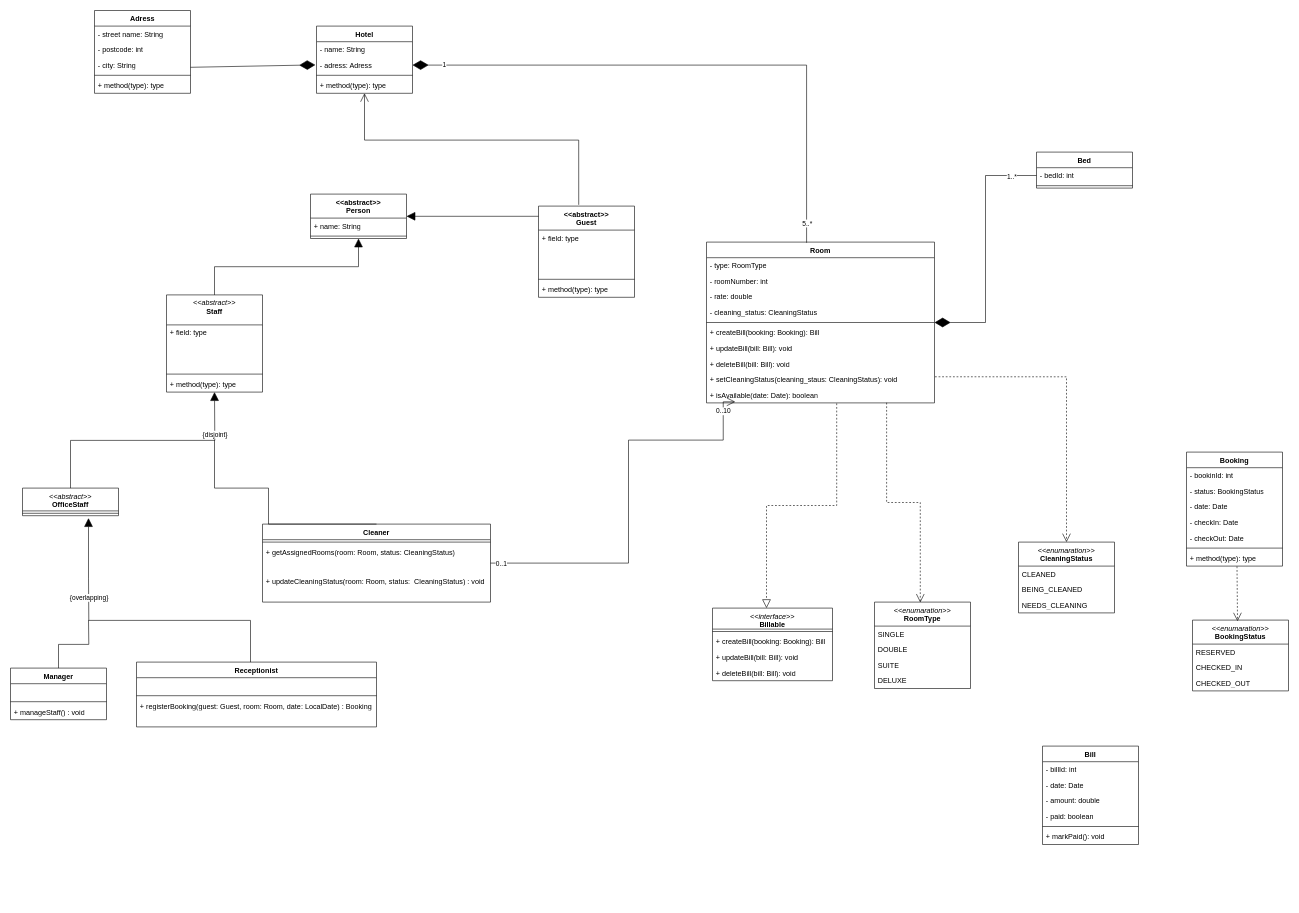
Above: SWEA_EXC4.drawio in Jordis6534/SWE_A (draw.io), before the change. Source tidied: cells renumbered, new cells numbered last; positions are measured from the earlier drawing's top-left corner, leaving out a move shared by most shapes. Both pictures are drawn from the tidied source at 60%, with x=0, y=0 at pixel (10, 10).
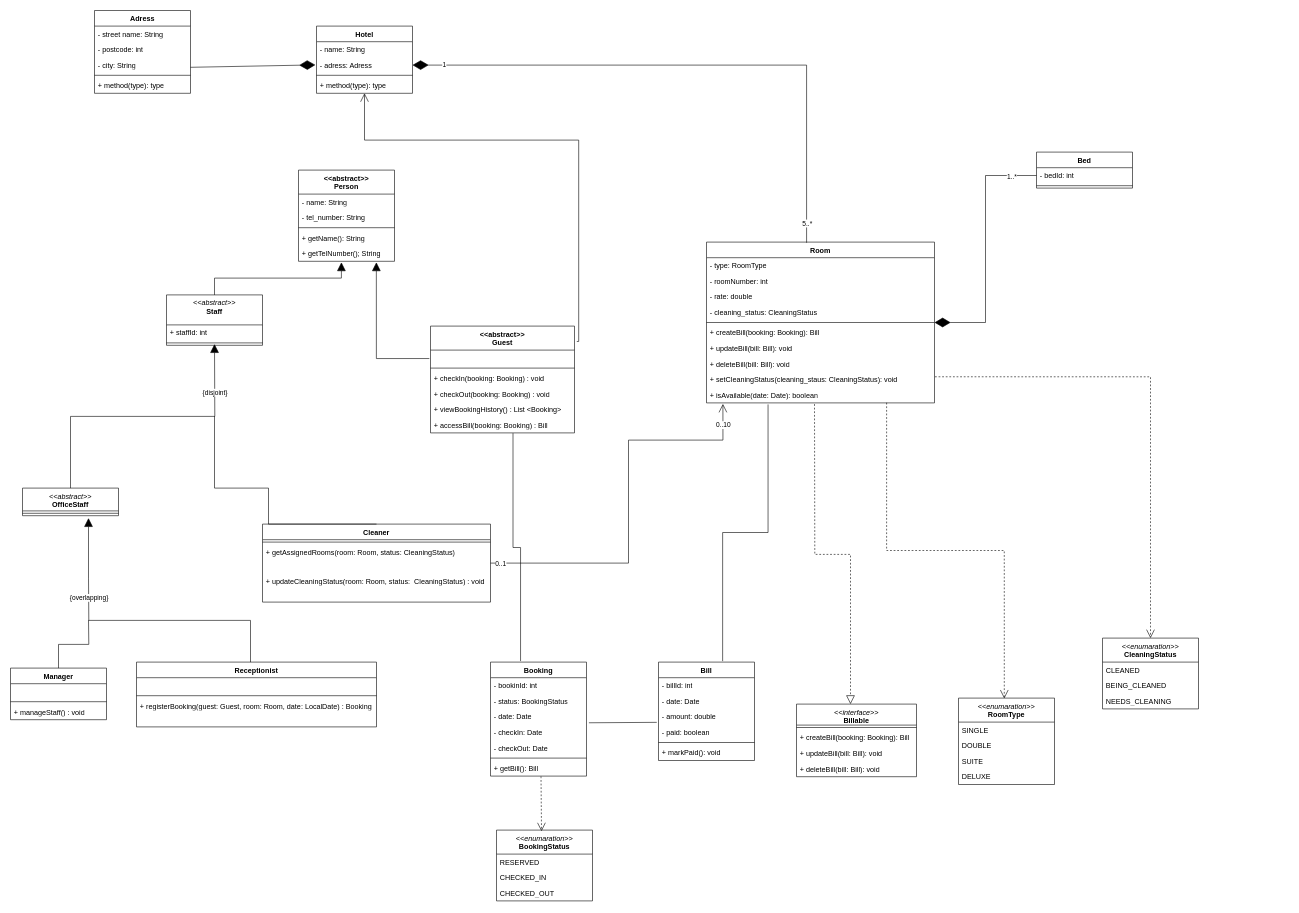
After the change.

The change refers to these unchanged cells:
```xml
<mxCell id="2" value="Hotel" style="swimlane;fontStyle=1;align=center;verticalAlign=top;horizontal=1;startSize=26;whiteSpace=wrap;html=1;" parent="1" vertex="1">
  <mxGeometry x="510" y="26" width="160" height="112" as="geometry" />
</mxCell>
<mxCell id="36" value="Cleaner&lt;div&gt;&lt;br&gt;&lt;/div&gt;" style="swimlane;fontStyle=1;align=center;verticalAlign=top;horizontal=1;startSize=26;whiteSpace=wrap;html=1;" parent="1" vertex="1">
  <mxGeometry x="420" y="856" width="380" height="130" as="geometry" />
</mxCell>
<mxCell id="50" value="+ isAvailable(date: Date): boolean" style="text;strokeColor=none;fillColor=none;align=left;verticalAlign=top;spacingLeft=4;spacingRight=4;overflow=hidden;points=[[0,0.5],[1,0.5]];portConstraint=eastwest;whiteSpace=wrap;html=1;" parent="40" vertex="1">
  <mxGeometry y="242" width="380" height="26" as="geometry" />
</mxCell>
<mxCell id="54" value="- amount: double" style="text;strokeColor=none;fillColor=none;align=left;verticalAlign=top;spacingLeft=4;spacingRight=4;overflow=hidden;points=[[0,0.5],[1,0.5]];portConstraint=eastwest;whiteSpace=wrap;html=1;" parent="51" vertex="1">
  <mxGeometry y="78" width="160" height="26" as="geometry" />
</mxCell>
<mxCell id="74" value="- date: Date" style="text;strokeColor=none;fillColor=none;align=left;verticalAlign=top;spacingLeft=4;spacingRight=4;overflow=hidden;points=[[0,0.5],[1,0.5]];portConstraint=eastwest;whiteSpace=wrap;html=1;" parent="71" vertex="1">
  <mxGeometry y="78" width="160" height="26" as="geometry" />
</mxCell>
<mxCell id="87" value="&lt;div&gt;&lt;div&gt;&lt;i style=&quot;font-weight: 400;&quot;&gt;&amp;lt;&amp;lt;abstract&amp;gt;&amp;gt;&lt;/i&gt;&lt;/div&gt;&lt;/div&gt;OfficeStaff&lt;div&gt;&lt;br&gt;&lt;/div&gt;" style="swimlane;fontStyle=1;align=center;verticalAlign=top;horizontal=1;startSize=38;whiteSpace=wrap;html=1;" parent="1" vertex="1">
  <mxGeometry x="20" y="796" width="160" height="46" as="geometry" />
</mxCell>
```

Change to the diagram source:
```diff
@@
-    <mxCell id="13" value="&lt;div&gt;&amp;lt;&amp;lt;abstract&amp;gt;&amp;gt;&lt;/div&gt;Person" style="swimlane;fontStyle=1;align=center;verticalAlign=top;horizontal=1;startSize=40;whiteSpace=wrap;html=1;" parent="1" vertex="1">
-      <mxGeometry x="500" y="306" width="160" height="74" as="geometry" />
-    </mxCell>
-    <mxCell id="14" value="+ name: String" style="text;strokeColor=none;fillColor=none;align=left;verticalAlign=top;spacingLeft=4;spacingRight=4;overflow=hidden;whiteSpace=wrap;html=1;" parent="13" vertex="1">
-      <mxGeometry y="40" width="160" height="26" as="geometry" />
-    </mxCell>
-    <mxCell id="15" style="line;strokeWidth=1;fillColor=none;align=left;verticalAlign=middle;spacingTop=-1;spacingLeft=3;spacingRight=3;labelPosition=right;points=[];portConstraint=eastwest;strokeColor=inherit;labelPerimeter=1;" parent="13" vertex="1">
-      <mxGeometry y="66" width="160" height="8" as="geometry" />
-    </mxCell>
     <mxCell id="16" value="&lt;div&gt;&lt;i style=&quot;font-weight: 400;&quot;&gt;&amp;lt;&amp;lt;abstract&amp;gt;&amp;gt;&lt;/i&gt;&lt;/div&gt;Staff" style="swimlane;fontStyle=1;align=center;verticalAlign=top;horizontal=1;startSize=50;whiteSpace=wrap;html=1;" parent="1" vertex="1">
-      <mxGeometry x="260" y="474" width="160" height="162" as="geometry" />
+      <mxGeometry x="260" y="474" width="160" height="84" as="geometry" />
     </mxCell>
-    <mxCell id="17" value="+ field: type" style="text;strokeColor=none;fillColor=none;align=left;verticalAlign=top;spacingLeft=4;spacingRight=4;overflow=hidden;whiteSpace=wrap;html=1;" parent="16" vertex="1">
+    <mxCell id="17" value="+ staffId: int" style="text;strokeColor=none;fillColor=none;align=left;verticalAlign=top;spacingLeft=4;spacingRight=4;overflow=hidden;whiteSpace=wrap;html=1;" parent="16" vertex="1">
       <mxGeometry y="50" width="160" height="26" as="geometry" />
     </mxCell>
-    <mxCell id="18" style="text;strokeColor=none;fillColor=none;align=left;verticalAlign=top;spacingLeft=4;spacingRight=4;overflow=hidden;whiteSpace=wrap;html=1;" parent="16" vertex="1">
-      <mxGeometry y="76" width="160" height="26" as="geometry" />
-    </mxCell>
-    <mxCell id="19" style="text;strokeColor=none;fillColor=none;align=left;verticalAlign=top;spacingLeft=4;spacingRight=4;overflow=hidden;whiteSpace=wrap;html=1;" parent="16" vertex="1">
-      <mxGeometry y="102" width="160" height="26" as="geometry" />
-    </mxCell>
     <mxCell id="20" style="line;strokeWidth=1;fillColor=none;align=left;verticalAlign=middle;spacingTop=-1;spacingLeft=3;spacingRight=3;labelPosition=right;strokeColor=inherit;labelPerimeter=1;" parent="16" vertex="1">
-      <mxGeometry y="128" width="160" height="8" as="geometry" />
+      <mxGeometry y="76" width="160" height="8" as="geometry" />
     </mxCell>
-    <mxCell id="21" value="+ method(type): type" style="text;strokeColor=none;fillColor=none;align=left;verticalAlign=top;spacingLeft=4;spacingRight=4;overflow=hidden;whiteSpace=wrap;html=1;" parent="16" vertex="1">
-      <mxGeometry y="136" width="160" height="26" as="geometry" />
-    </mxCell>
     <mxCell id="22" value="&lt;div&gt;&amp;lt;&amp;lt;abstract&amp;gt;&amp;gt;&lt;/div&gt;Guest" style="swimlane;fontStyle=1;align=center;verticalAlign=top;horizontal=1;startSize=40;whiteSpace=wrap;html=1;" parent="1" vertex="1">
-      <mxGeometry x="880" y="326" width="160" height="152" as="geometry" />
+      <mxGeometry x="700" y="526" width="240" height="178" as="geometry" />
     </mxCell>
-    <mxCell id="23" value="+ field: type" style="text;strokeColor=none;fillColor=none;align=left;verticalAlign=top;spacingLeft=4;spacingRight=4;overflow=hidden;whiteSpace=wrap;html=1;" parent="22" vertex="1">
-      <mxGeometry y="40" width="160" height="26" as="geometry" />
-    </mxCell>
-    <mxCell id="24" style="text;strokeColor=none;fillColor=none;align=left;verticalAlign=top;spacingLeft=4;spacingRight=4;overflow=hidden;whiteSpace=wrap;html=1;" parent="22" vertex="1">
-      <mxGeometry y="66" width="160" height="26" as="geometry" />
-    </mxCell>
     <mxCell id="25" style="text;strokeColor=none;fillColor=none;align=left;verticalAlign=top;spacingLeft=4;spacingRight=4;overflow=hidden;points=[[0,0.5],[1,0.5]];portConstraint=eastwest;whiteSpace=wrap;html=1;" parent="22" vertex="1">
-      <mxGeometry y="92" width="160" height="26" as="geometry" />
+      <mxGeometry y="40" width="240" height="26" as="geometry" />
     </mxCell>
     <mxCell id="26" style="line;strokeWidth=1;fillColor=none;align=left;verticalAlign=middle;spacingTop=-1;spacingLeft=3;spacingRight=3;labelPosition=right;strokeColor=inherit;labelPerimeter=1;" parent="22" vertex="1">
-      <mxGeometry y="118" width="160" height="8" as="geometry" />
+      <mxGeometry y="66" width="240" height="8" as="geometry" />
     </mxCell>
-    <mxCell id="27" value="+ method(type): type" style="text;strokeColor=none;fillColor=none;align=left;verticalAlign=top;spacingLeft=4;spacingRight=4;overflow=hidden;whiteSpace=wrap;html=1;" parent="22" vertex="1">
-      <mxGeometry y="126" width="160" height="26" as="geometry" />
+    <mxCell id="27" value="+ checkIn(booking: Booking) : void" style="text;strokeColor=none;fillColor=none;align=left;verticalAlign=top;spacingLeft=4;spacingRight=4;overflow=hidden;whiteSpace=wrap;html=1;" parent="22" vertex="1">
+      <mxGeometry y="74" width="240" height="26" as="geometry" />
     </mxCell>
+    <mxCell id="112" value="+ checkOut(booking: Booking) : void" style="text;strokeColor=none;fillColor=none;align=left;verticalAlign=top;spacingLeft=4;spacingRight=4;overflow=hidden;whiteSpace=wrap;html=1;" parent="22" vertex="1">
+      <mxGeometry y="100" width="240" height="26" as="geometry" />
+    </mxCell>
+    <mxCell id="113" value="+ viewBookingHistory() : List &amp;lt;Booking&amp;gt;" style="text;strokeColor=none;fillColor=none;align=left;verticalAlign=top;spacingLeft=4;spacingRight=4;overflow=hidden;whiteSpace=wrap;html=1;" parent="22" vertex="1">
+      <mxGeometry y="126" width="240" height="26" as="geometry" />
+    </mxCell>
+    <mxCell id="114" value="+ accessBill(booking: Booking) : Bill" style="text;strokeColor=none;fillColor=none;align=left;verticalAlign=top;spacingLeft=4;spacingRight=4;overflow=hidden;points=[[0,0.5],[1,0.5]];portConstraint=eastwest;whiteSpace=wrap;html=1;" parent="22" vertex="1">
+      <mxGeometry y="152" width="240" height="26" as="geometry" />
+    </mxCell>
@@
     <mxCell id="51" value="Bill" style="swimlane;fontStyle=1;align=center;verticalAlign=top;horizontal=1;startSize=26;whiteSpace=wrap;html=1;" parent="1" vertex="1">
-      <mxGeometry x="1720" y="1226" width="160" height="164" as="geometry" />
+      <mxGeometry x="1080" y="1086" width="160" height="164" as="geometry" />
     </mxCell>
@@
     <mxCell id="58" value="&lt;i style=&quot;font-weight: 400;&quot;&gt;&amp;lt;&amp;lt;enumaration&amp;gt;&amp;gt;&lt;/i&gt;&lt;br style=&quot;font-weight: 400;&quot;&gt;&lt;b&gt;CleaningStatus&lt;/b&gt;" style="swimlane;fontStyle=1;align=center;verticalAlign=top;horizontal=1;startSize=40;whiteSpace=wrap;html=1;" parent="1" vertex="1">
-      <mxGeometry x="1680" y="886" width="160" height="118" as="geometry" />
+      <mxGeometry x="1820" y="1046" width="160" height="118" as="geometry" />
     </mxCell>
@@
     <mxCell id="62" value="&lt;i style=&quot;font-weight: 400;&quot;&gt;&amp;lt;&amp;lt;enumaration&amp;gt;&amp;gt;&lt;/i&gt;&lt;br style=&quot;font-weight: 400;&quot;&gt;&lt;b&gt;RoomType&lt;/b&gt;" style="swimlane;fontStyle=1;align=center;verticalAlign=top;horizontal=1;startSize=40;whiteSpace=wrap;html=1;" parent="1" vertex="1">
-      <mxGeometry x="1440" y="986" width="160" height="144" as="geometry" />
+      <mxGeometry x="1580" y="1146" width="160" height="144" as="geometry" />
     </mxCell>
@@
     <mxCell id="67" value="&lt;i style=&quot;font-weight: 400;&quot;&gt;&amp;lt;&amp;lt;enumaration&amp;gt;&amp;gt;&lt;/i&gt;&lt;br style=&quot;font-weight: 400;&quot;&gt;&lt;b&gt;BookingStatus&lt;/b&gt;" style="swimlane;fontStyle=1;align=center;verticalAlign=top;horizontal=1;startSize=40;whiteSpace=wrap;html=1;" parent="1" vertex="1">
-      <mxGeometry x="1970" y="1016" width="160" height="118" as="geometry" />
+      <mxGeometry x="810" y="1366" width="160" height="118" as="geometry" />
     </mxCell>
@@
     <mxCell id="71" value="Booking" style="swimlane;fontStyle=1;align=center;verticalAlign=top;horizontal=1;startSize=26;whiteSpace=wrap;html=1;" parent="1" vertex="1">
-      <mxGeometry x="1960" y="736" width="160" height="190" as="geometry" />
+      <mxGeometry x="800" y="1086" width="160" height="190" as="geometry" />
     </mxCell>
@@
-    <mxCell id="78" value="+ method(type): type" style="text;strokeColor=none;fillColor=none;align=left;verticalAlign=top;spacingLeft=4;spacingRight=4;overflow=hidden;points=[[0,0.5],[1,0.5]];portConstraint=eastwest;whiteSpace=wrap;html=1;" parent="71" vertex="1">
+    <mxCell id="78" value="+ getBill(): Bill" style="text;strokeColor=none;fillColor=none;align=left;verticalAlign=top;spacingLeft=4;spacingRight=4;overflow=hidden;points=[[0,0.5],[1,0.5]];portConstraint=eastwest;whiteSpace=wrap;html=1;" parent="71" vertex="1">
       <mxGeometry y="164" width="160" height="26" as="geometry" />
     </mxCell>
     <mxCell id="79" value="&lt;i style=&quot;font-weight: 400;&quot;&gt;&amp;lt;&amp;lt;interface&amp;gt;&amp;gt;&lt;/i&gt;&lt;br style=&quot;font-weight: 400;&quot;&gt;&lt;b&gt;Billable&lt;/b&gt;" style="swimlane;fontStyle=1;align=center;verticalAlign=top;horizontal=1;startSize=35;whiteSpace=wrap;html=1;" parent="1" vertex="1">
-      <mxGeometry x="1170" y="996" width="200" height="121" as="geometry" />
+      <mxGeometry x="1310" y="1156" width="200" height="121" as="geometry" />
     </mxCell>
@@
     <mxCell id="93" style="endArrow=block;endFill=1;endSize=12;html=1;rounded=0;defaultLabelBackgroundColor=page;labelPadding=0 4;exitX=0.5;exitY=0;exitDx=0;exitDy=0;edgeStyle=orthogonalEdgeStyle;" parent="1" edge="1" source="87">
       <mxGeometry x="-0.29" relative="1" as="geometry">
-        <mxPoint x="340" y="636" as="targetPoint" />
+        <mxPoint x="340" y="556" as="targetPoint" />
       </mxGeometry>
     </mxCell>
@@
     <mxCell id="95" style="endArrow=none;html=1;rounded=0;defaultLabelBackgroundColor=page;labelPadding=0 4;edgeStyle=orthogonalEdgeStyle;exitX=0.5;exitY=0;exitDx=0;exitDy=0;" parent="1" edge="1" source="36">
-      <mxGeometry x="0.18" relative="1" as="geometry">
-        <mxPoint x="340" y="716" as="targetPoint" />
+      <mxGeometry x="0.08" relative="1" as="geometry">
+        <mxPoint x="340" y="676" as="targetPoint" />
         <Array as="points">
           <mxPoint x="430" y="796" />
           <mxPoint x="340" y="796" />
         </Array>
       </mxGeometry>
     </mxCell>
-    <mxCell id="96" style="endArrow=block;endFill=1;endSize=12;html=1;rounded=0;defaultLabelBackgroundColor=page;labelPadding=0 4;exitX=0.5;exitY=0;exitDx=0;exitDy=0;entryX=0.5;entryY=1;entryDx=0;entryDy=0;entryPerimeter=0;edgeStyle=orthogonalEdgeStyle;" parent="1" edge="1" source="16" target="15">
-      <mxGeometry relative="1" as="geometry" />
+    <mxCell id="96" style="endArrow=block;endFill=1;endSize=12;html=1;rounded=0;defaultLabelBackgroundColor=page;labelPadding=0 4;exitX=0.5;exitY=0;exitDx=0;exitDy=0;edgeStyle=orthogonalEdgeStyle;entryX=0.447;entryY=1.065;entryDx=0;entryDy=0;entryPerimeter=0;" parent="1" edge="1" source="16" target="122">
+      <mxGeometry relative="1" as="geometry">
+        <Array as="points">
+          <mxPoint x="340" y="446" />
+          <mxPoint x="551.5" y="446" />
+        </Array>
+      </mxGeometry>
     </mxCell>
-    <mxCell id="97" style="endArrow=open;endFill=1;endSize=12;html=1;rounded=0;defaultLabelBackgroundColor=page;labelPadding=0 4;exitX=0.419;exitY=-0.014;exitDx=0;exitDy=0;exitPerimeter=0;entryX=0.5;entryY=1;entryDx=0;entryDy=0;edgeStyle=orthogonalEdgeStyle;" parent="1" edge="1" source="22" target="2">
-      <mxGeometry relative="1" as="geometry">
+    <mxCell id="97" style="endArrow=open;endFill=1;endSize=12;html=1;rounded=0;defaultLabelBackgroundColor=page;labelPadding=0 4;exitX=1.016;exitY=0.144;exitDx=0;exitDy=0;exitPerimeter=0;entryX=0.5;entryY=1;entryDx=0;entryDy=0;edgeStyle=orthogonalEdgeStyle;" parent="1" edge="1" source="22" target="2">
+      <mxGeometry x="-0.15" relative="1" as="geometry">
         <Array as="points">
+          <mxPoint x="947" y="551.6" />
           <mxPoint x="947" y="216" />
           <mxPoint x="590" y="216" />
         </Array>
       </mxGeometry>
     </mxCell>
@@
-    <mxCell id="102" style="endArrow=open;html=1;rounded=0;defaultLabelBackgroundColor=page;labelPadding=0 4;exitX=1;exitY=0.5;exitDx=0;exitDy=0;entryX=0.126;entryY=0.929;entryDx=0;entryDy=0;entryPerimeter=0;edgeStyle=orthogonalEdgeStyle;endFill=0;endSize=12;" parent="1" edge="1" source="36" target="50">
-      <mxGeometry relative="1" as="geometry">
+    <mxCell id="102" style="endArrow=open;html=1;rounded=0;defaultLabelBackgroundColor=page;labelPadding=0 4;exitX=1;exitY=0.5;exitDx=0;exitDy=0;entryX=0.072;entryY=1.066;entryDx=0;entryDy=0;entryPerimeter=0;edgeStyle=orthogonalEdgeStyle;endFill=0;endSize=12;" parent="1" edge="1" source="36" target="50">
+      <mxGeometry x="0.04" relative="1" as="geometry">
         <Array as="points">
           <mxPoint x="1030" y="921" />
           <mxPoint x="1030" y="716" />
-          <mxPoint x="1187.9" y="716" />
+          <mxPoint x="1187.4" y="716" />
         </Array>
       </mxGeometry>
     </mxCell>
@@
-    <mxCell id="107" style="endArrow=block;dashed=1;endFill=0;endSize=12;html=1;rounded=0;defaultLabelBackgroundColor=page;labelPadding=0 4;exitX=0.571;exitY=1.032;exitDx=0;exitDy=0;exitPerimeter=0;entryX=0.45;entryY=0;entryDx=0;entryDy=0;entryPerimeter=0;edgeStyle=orthogonalEdgeStyle;" parent="1" edge="1" source="50" target="79">
-      <mxGeometry relative="1" as="geometry" />
+    <mxCell id="107" style="endArrow=block;dashed=1;endFill=0;endSize=12;html=1;rounded=0;defaultLabelBackgroundColor=page;labelPadding=0 4;entryX=0.45;entryY=0;entryDx=0;entryDy=0;entryPerimeter=0;edgeStyle=orthogonalEdgeStyle;" parent="1" edge="1" target="79">
+      <mxGeometry relative="1" as="geometry">
+        <mxPoint x="1340" y="656" as="sourcePoint" />
+      </mxGeometry>
     </mxCell>
@@
     <mxCell id="110" style="endArrow=open;endSize=12;dashed=1;html=1;rounded=0;defaultLabelBackgroundColor=page;labelPadding=0 4;exitX=0.526;exitY=1.02;exitDx=0;exitDy=0;exitPerimeter=0;entryX=0.469;entryY=0.016;entryDx=0;entryDy=0;edgeStyle=orthogonalEdgeStyle;entryPerimeter=0;" parent="1" edge="1" source="78" target="67">
       <mxGeometry x="0.37" relative="1" as="geometry">
         <Array as="points">
-          <mxPoint x="2044.2" y="928.4" />
+          <mxPoint x="884.2" y="1278.4" />
         </Array>
       </mxGeometry>
     </mxCell>
-    <mxCell id="111" style="endArrow=block;endFill=1;endSize=12;html=1;rounded=0;defaultLabelBackgroundColor=page;labelPadding=0 4;exitX=0;exitY=0.112;exitDx=0;exitDy=0;entryX=1;entryY=0.5;entryDx=0;entryDy=0;edgeStyle=orthogonalEdgeStyle;exitPerimeter=0;" parent="1" edge="1" source="22" target="13">
-      <mxGeometry relative="1" as="geometry" />
+    <mxCell id="111" style="endArrow=block;endFill=1;endSize=12;html=1;rounded=0;defaultLabelBackgroundColor=page;labelPadding=0 4;exitX=-0.008;exitY=0.541;exitDx=0;exitDy=0;edgeStyle=orthogonalEdgeStyle;exitPerimeter=0;entryX=0.811;entryY=1.065;entryDx=0;entryDy=0;entryPerimeter=0;" parent="1" edge="1" source="25" target="122">
+      <mxGeometry x="0.02" relative="1" as="geometry">
+        <Array as="points">
+          <mxPoint x="609.8" y="580.1" />
+        </Array>
+      </mxGeometry>
     </mxCell>
+    <mxCell id="115" style="endArrow=none;html=1;rounded=0;defaultLabelBackgroundColor=page;labelPadding=0 4;entryX=0.573;entryY=1.018;entryDx=0;entryDy=0;entryPerimeter=0;exitX=0.313;exitY=-0.009;exitDx=0;exitDy=0;exitPerimeter=0;edgeStyle=orthogonalEdgeStyle;" parent="1" edge="1" source="71" target="114">
+      <mxGeometry relative="1" as="geometry" />
+    </mxCell>
+    <mxCell id="116" style="endArrow=none;html=1;rounded=0;defaultLabelBackgroundColor=page;labelPadding=0 4;exitX=1.025;exitY=0.889;exitDx=0;exitDy=0;exitPerimeter=0;entryX=-0.018;entryY=0.862;entryDx=0;entryDy=0;entryPerimeter=0;" parent="1" edge="1" source="74" target="54">
+      <mxGeometry relative="1" as="geometry" />
+    </mxCell>
+    <mxCell id="117" style="endArrow=none;html=1;rounded=0;defaultLabelBackgroundColor=page;labelPadding=0 4;exitX=0.668;exitY=-0.01;exitDx=0;exitDy=0;exitPerimeter=0;entryX=0.27;entryY=1.098;entryDx=0;entryDy=0;entryPerimeter=0;edgeStyle=orthogonalEdgeStyle;" parent="1" edge="1" source="51" target="50">
+      <mxGeometry relative="1" as="geometry">
+        <Array as="points">
+          <mxPoint x="1186.9" y="870" />
+          <mxPoint x="1262.6" y="870" />
+        </Array>
+      </mxGeometry>
+    </mxCell>
+    <mxCell id="13" value="&lt;div&gt;&amp;lt;&amp;lt;abstract&amp;gt;&amp;gt;&lt;/div&gt;Person" style="swimlane;fontStyle=1;align=center;verticalAlign=top;horizontal=1;startSize=40;whiteSpace=wrap;html=1;" parent="1" vertex="1">
+      <mxGeometry x="480" y="266" width="160" height="152" as="geometry" />
+    </mxCell>
+    <mxCell id="118" value="- name: String" style="text;strokeColor=none;fillColor=none;align=left;verticalAlign=top;spacingLeft=4;spacingRight=4;overflow=hidden;whiteSpace=wrap;html=1;" parent="13" vertex="1">
+      <mxGeometry y="40" width="160" height="26" as="geometry" />
+    </mxCell>
+    <mxCell id="119" value="- tel_number: String" style="text;strokeColor=none;fillColor=none;align=left;verticalAlign=top;spacingLeft=4;spacingRight=4;overflow=hidden;whiteSpace=wrap;html=1;" parent="13" vertex="1">
+      <mxGeometry y="66" width="160" height="26" as="geometry" />
+    </mxCell>
+    <mxCell id="120" style="line;strokeWidth=1;fillColor=none;align=left;verticalAlign=middle;spacingTop=-1;spacingLeft=3;spacingRight=3;labelPosition=right;strokeColor=inherit;labelPerimeter=1;" parent="13" vertex="1">
+      <mxGeometry y="92" width="160" height="8" as="geometry" />
+    </mxCell>
+    <mxCell id="121" value="+ getName(): String" style="text;strokeColor=none;fillColor=none;align=left;verticalAlign=top;spacingLeft=4;spacingRight=4;overflow=hidden;whiteSpace=wrap;html=1;" parent="13" vertex="1">
+      <mxGeometry y="100" width="160" height="26" as="geometry" />
+    </mxCell>
+    <mxCell id="122" value="+ getTelNumber(); String" style="text;strokeColor=none;fillColor=none;align=left;verticalAlign=top;spacingLeft=4;spacingRight=4;overflow=hidden;points=[[0,0.5],[1,0.5]];portConstraint=eastwest;whiteSpace=wrap;html=1;" parent="13" vertex="1">
+      <mxGeometry y="126" width="160" height="26" as="geometry" />
+    </mxCell>
```
